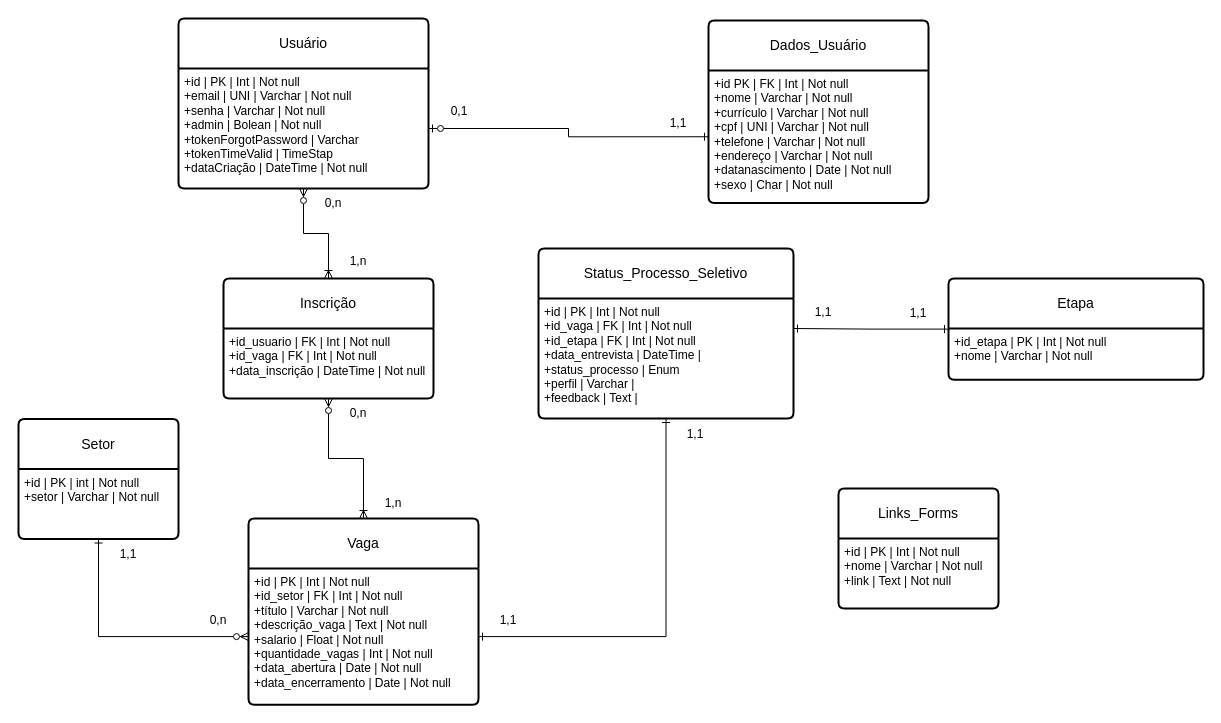
The draw.io diagram Diagrama Modelo Lógico.drawio in ExtraProjects860/Project-Selection-Process-Control, before the edit. Source tidied: cells renumbered, new cells numbered last; positions are measured from the earlier drawing's top-left corner, leaving out a move shared by most shapes. Both pictures are drawn from the tidied source at 100%, with x=0, y=0 at pixel (18, 18).
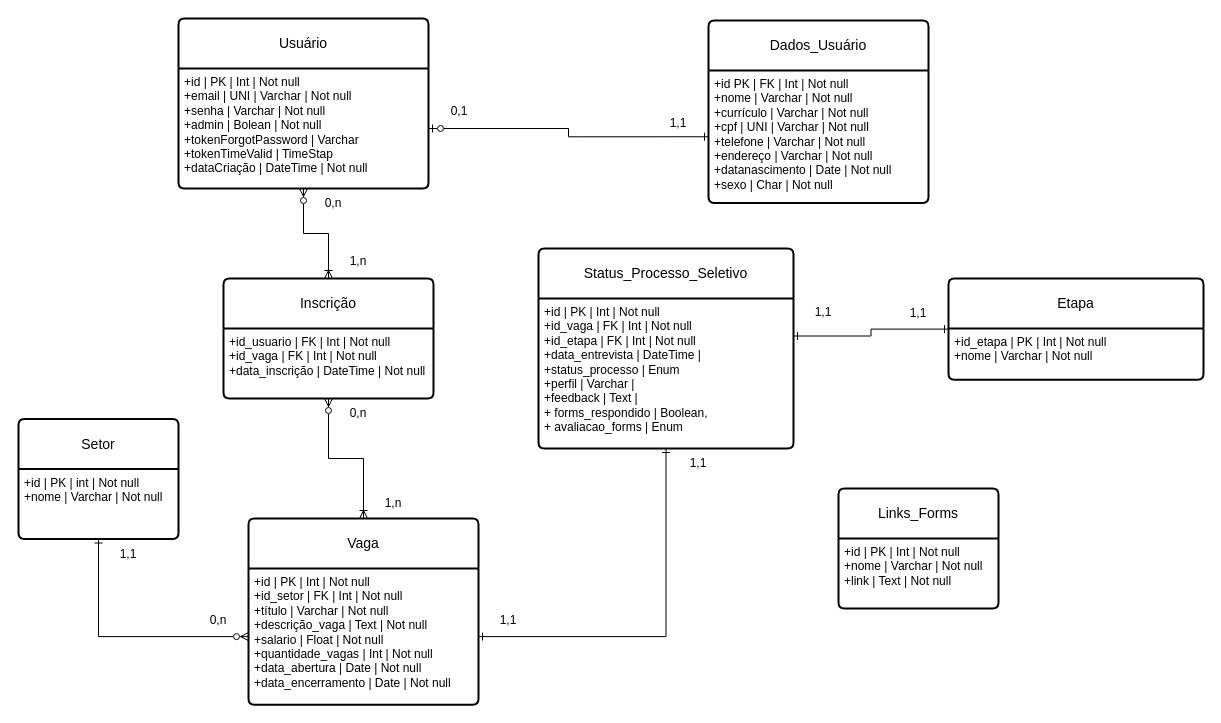
The same page after the edit.

The change refers to these unchanged cells:
```xml
<mxCell id="6" value="Setor" style="swimlane;horizontal=1;startSize=50;rounded=1;fontSize=14;fontStyle=0;strokeWidth=2;shadow=0;dashed=0;align=center;arcSize=4;whiteSpace=wrap;html=1;" parent="1" vertex="1">
  <mxGeometry y="400.5" width="160" height="120" as="geometry" />
</mxCell>
```

The edit, as a diff of the source:
```diff
@@
-    <mxCell id="7" value="+id | PK | int | Not null&lt;br&gt;&lt;div&gt;+setor | Varchar | Not null&lt;/div&gt;" style="align=left;strokeColor=none;fillColor=none;spacingLeft=4;fontSize=12;verticalAlign=top;html=1;" parent="6" vertex="1">
+    <mxCell id="7" value="+id | PK | int | Not null&lt;br&gt;&lt;div&gt;+nome | Varchar | Not null&lt;/div&gt;" style="align=left;strokeColor=none;fillColor=none;spacingLeft=4;fontSize=12;verticalAlign=top;html=1;" parent="6" vertex="1">
       <mxGeometry y="50" width="160" height="70" as="geometry" />
     </mxCell>
     <mxCell id="8" value="Status_Processo_Seletivo" style="swimlane;horizontal=1;startSize=50;rounded=1;fontSize=14;fontStyle=0;strokeWidth=2;shadow=0;dashed=0;align=center;arcSize=4;whiteSpace=wrap;html=1;" parent="1" vertex="1">
-      <mxGeometry x="520" y="230" width="255" height="170" as="geometry" />
+      <mxGeometry x="520" y="230" width="255" height="200" as="geometry" />
     </mxCell>
-    <mxCell id="9" value="+id | PK | Int | Not null&lt;div&gt;+id_vaga&amp;nbsp;&lt;span style=&quot;background-color: initial;&quot;&gt;| FK | Int | Not null&lt;/span&gt;&lt;/div&gt;&lt;div&gt;+id_etapa | FK | Int | Not null&lt;/div&gt;&lt;div&gt;&lt;span style=&quot;background-color: initial;&quot;&gt;+data_entrevista | DateTime |&amp;nbsp;&lt;/span&gt;&lt;/div&gt;&lt;div&gt;&lt;span style=&quot;background-color: initial;&quot;&gt;+status_processo | Enum&lt;/span&gt;&lt;/div&gt;&lt;div&gt;+perfil | Varchar |&lt;/div&gt;&lt;div&gt;+feedback | Text |&lt;/div&gt;" style="align=left;strokeColor=none;fillColor=none;spacingLeft=4;fontSize=12;verticalAlign=top;html=1;" parent="8" vertex="1">
-      <mxGeometry y="50" width="255" height="120" as="geometry" />
+    <mxCell id="9" value="+id | PK | Int | Not null&lt;div&gt;+id_vaga&amp;nbsp;&lt;span style=&quot;background-color: initial;&quot;&gt;| FK | Int | Not null&lt;/span&gt;&lt;/div&gt;&lt;div&gt;+id_etapa | FK | Int | Not null&lt;/div&gt;&lt;div&gt;&lt;span style=&quot;background-color: initial;&quot;&gt;+data_entrevista | DateTime |&amp;nbsp;&lt;/span&gt;&lt;/div&gt;&lt;div&gt;&lt;span style=&quot;background-color: initial;&quot;&gt;+status_processo | Enum&lt;/span&gt;&lt;/div&gt;&lt;div&gt;+perfil | Varchar |&lt;/div&gt;&lt;div&gt;+feedback | Text |&lt;/div&gt;&lt;div&gt;+ forms_respondido | Boolean,&lt;/div&gt;&lt;div&gt;+ avaliacao_forms | Enum&lt;/div&gt;" style="align=left;strokeColor=none;fillColor=none;spacingLeft=4;fontSize=12;verticalAlign=top;html=1;" parent="8" vertex="1">
+      <mxGeometry y="50" width="255" height="150" as="geometry" />
     </mxCell>
@@
     <mxCell id="15" value="1,1" style="text;html=1;align=center;verticalAlign=middle;whiteSpace=wrap;rounded=0;" parent="1" vertex="1">
-      <mxGeometry x="647" y="400.5" width="60" height="30" as="geometry" />
+      <mxGeometry x="650" y="430" width="60" height="30" as="geometry" />
     </mxCell>
```
